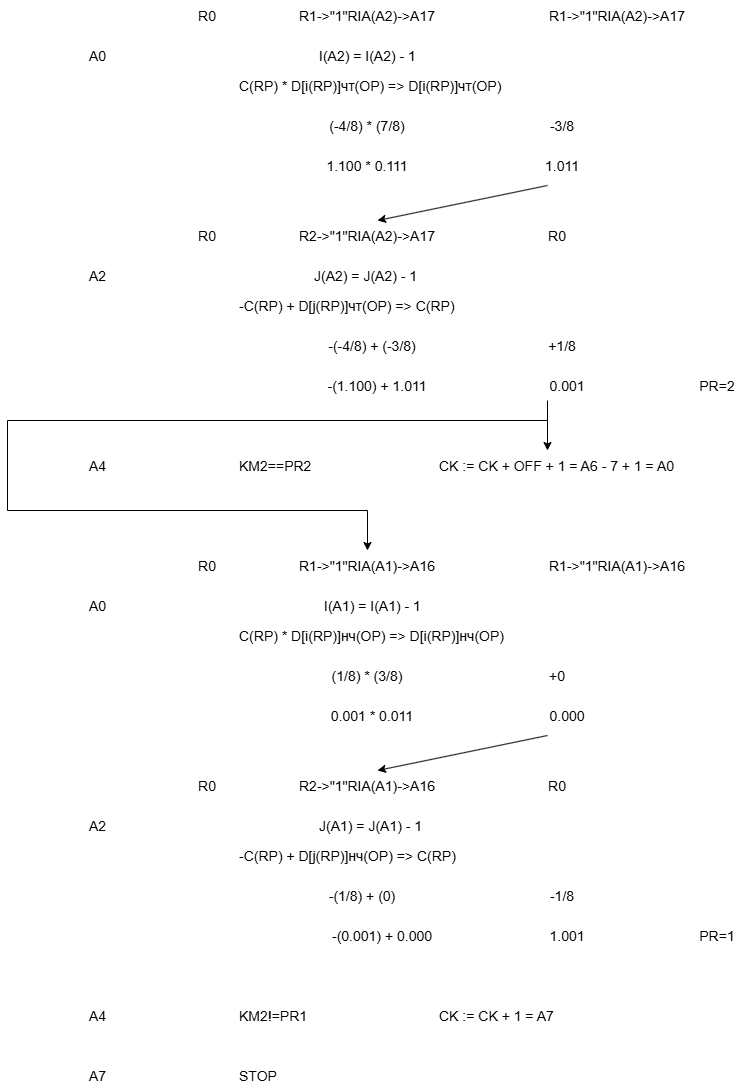
The draw.io diagram kursach/buk/program2.drawio.png in Altzgamer/schemotechnika25-26, before a commit. Source tidied: cells renumbered, new cells last; positions are measured from the earlier drawing's top-left corner, leaving out a move shared by most shapes.
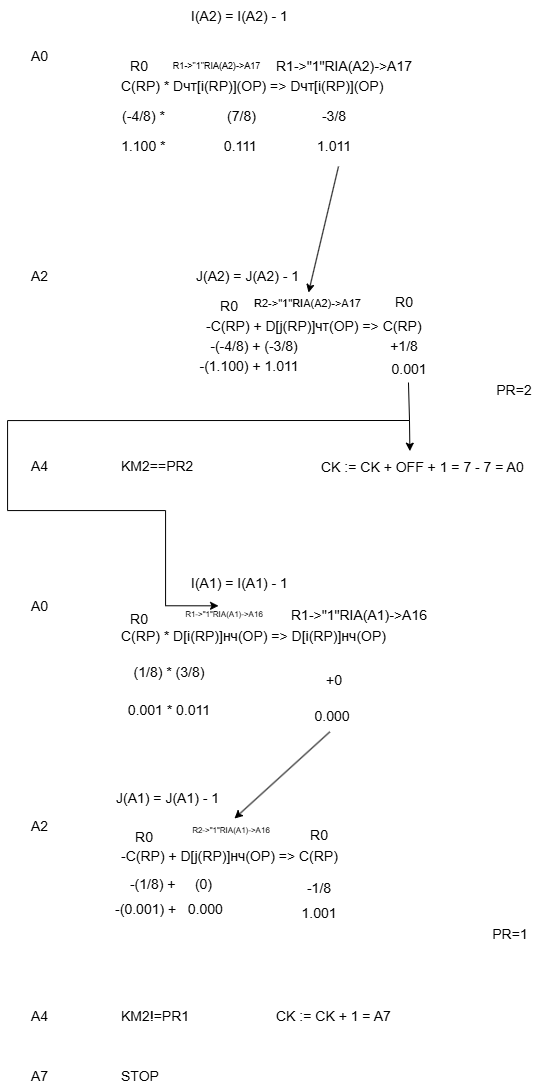
Above is the later version.

The edit, as a diff of the source:
```diff
@@ -3,49 +3,49 @@
     <mxCell id="0" />
     <mxCell id="1" parent="0" />
     <mxCell id="2" value="R0" style="text;html=0;align=center;verticalAlign=middle;strokeColor=none;fillColor=none;fontSize=14;fontFamily=Arial;" parent="1" vertex="1">
-      <mxGeometry x="180" width="40" height="30" as="geometry" />
+      <mxGeometry x="230" y="50" width="40" height="30" as="geometry" />
     </mxCell>
-    <mxCell id="3" value="R1-&gt;&quot;1&quot;RIA(A2)-&gt;A17" style="text;html=0;align=center;verticalAlign=middle;strokeColor=none;fillColor=none;fontSize=14;fontFamily=Arial;" parent="1" vertex="1">
-      <mxGeometry x="280" width="160" height="30" as="geometry" />
+    <mxCell id="3" value="R1-&gt;&quot;1&quot;RIA(A2)-&gt;A17" style="text;html=0;align=center;verticalAlign=middle;strokeColor=none;fillColor=none;fontSize=9;fontFamily=Arial;" parent="1" vertex="1">
+      <mxGeometry x="275" y="54" width="105" height="23" as="geometry" />
     </mxCell>
     <mxCell id="4" value="R1-&gt;&quot;1&quot;RIA(A2)-&gt;A17" style="text;html=0;align=center;verticalAlign=middle;strokeColor=none;fillColor=none;fontSize=14;fontFamily=Arial;" parent="1" vertex="1">
-      <mxGeometry x="530" width="160" height="30" as="geometry" />
+      <mxGeometry x="375" y="50" width="160" height="30" as="geometry" />
     </mxCell>
     <mxCell id="5" value="A0" style="text;html=0;align=left;verticalAlign=middle;strokeColor=none;fillColor=none;fontSize=14;fontFamily=Arial;" parent="1" vertex="1">
-      <mxGeometry x="80" y="40" width="40" height="30" as="geometry" />
+      <mxGeometry x="140" y="40" width="40" height="30" as="geometry" />
     </mxCell>
-    <mxCell id="6" value="C(RP)   *   D[i(RP)]чт(OP) =&gt; D[i(RP)]чт(OP)" style="text;html=0;align=left;verticalAlign=middle;strokeColor=none;fillColor=none;fontSize=14;fontFamily=Arial;" parent="1" vertex="1">
-      <mxGeometry x="230" y="70" width="300" height="30" as="geometry" />
+    <mxCell id="6" value="C(RP)   *   Dчт[i(RP)](OP) =&gt; Dчт[i(RP)](OP)" style="text;html=0;align=left;verticalAlign=middle;strokeColor=none;fillColor=none;fontSize=14;fontFamily=Arial;" parent="1" vertex="1">
+      <mxGeometry x="230" y="70" width="290" height="30" as="geometry" />
     </mxCell>
     <mxCell id="7" value="I(A2) = I(A2) - 1" style="text;html=0;align=left;verticalAlign=middle;strokeColor=none;fillColor=none;fontSize=14;fontFamily=Arial;" parent="1" vertex="1">
-      <mxGeometry x="310" y="40" width="120" height="30" as="geometry" />
+      <mxGeometry x="300" width="120" height="30" as="geometry" />
     </mxCell>
-    <mxCell id="8" value="(-4/8) * (7/8)" style="text;html=0;align=center;verticalAlign=middle;strokeColor=none;fillColor=none;fontSize=14;fontFamily=Arial;" parent="1" vertex="1">
-      <mxGeometry x="310" y="110" width="100" height="30" as="geometry" />
+    <mxCell id="8" value="(-4/8) *                (7/8)" style="text;html=0;align=center;verticalAlign=middle;strokeColor=none;fillColor=none;fontSize=14;fontFamily=Arial;" parent="1" vertex="1">
+      <mxGeometry x="220" y="100" width="160" height="30" as="geometry" />
     </mxCell>
     <mxCell id="9" value="-3/8" style="text;html=0;align=center;verticalAlign=middle;strokeColor=none;fillColor=none;fontSize=14;fontFamily=Arial;" parent="1" vertex="1">
-      <mxGeometry x="530" y="110" width="50" height="30" as="geometry" />
+      <mxGeometry x="420" y="100" width="50" height="30" as="geometry" />
     </mxCell>
-    <mxCell id="10" value="1.100 * 0.111" style="text;html=0;align=center;verticalAlign=middle;strokeColor=none;fillColor=none;fontSize=14;fontFamily=Arial;" parent="1" vertex="1">
-      <mxGeometry x="310" y="150" width="100" height="30" as="geometry" />
+    <mxCell id="10" value="1.100 *               0.111" style="text;html=0;align=center;verticalAlign=middle;strokeColor=none;fillColor=none;fontSize=14;fontFamily=Arial;" parent="1" vertex="1">
+      <mxGeometry x="220" y="130" width="160" height="30" as="geometry" />
     </mxCell>
     <mxCell id="11" value="1.011" style="text;html=0;align=center;verticalAlign=middle;strokeColor=none;fillColor=none;fontSize=14;fontFamily=Arial;" parent="1" vertex="1">
-      <mxGeometry x="530" y="150" width="50" height="30" as="geometry" />
+      <mxGeometry x="420" y="130" width="50" height="30" as="geometry" />
     </mxCell>
     <mxCell id="12" value="R0" style="text;html=0;align=center;verticalAlign=middle;strokeColor=none;fillColor=none;fontSize=14;fontFamily=Arial;" parent="1" vertex="1">
-      <mxGeometry x="180" y="220" width="40" height="30" as="geometry" />
+      <mxGeometry x="320" y="290" width="40" height="30" as="geometry" />
     </mxCell>
-    <mxCell id="13" value="R2-&gt;&quot;1&quot;RIA(A2)-&gt;A17" style="text;html=0;align=center;verticalAlign=middle;points=[];strokeColor=none;fillColor=none;fontSize=14;fontFamily=Arial;" parent="1" vertex="1">
-      <mxGeometry x="280" y="220" width="160" height="30" as="geometry" />
+    <mxCell id="13" value="R2-&gt;&quot;1&quot;RIA(A2)-&gt;A17" style="text;html=0;align=center;verticalAlign=middle;points=[];strokeColor=none;fillColor=none;fontSize=11;fontFamily=Arial;" parent="1" vertex="1">
+      <mxGeometry x="356" y="290" width="125" height="25" as="geometry" />
     </mxCell>
     <mxCell id="14" value="R0" style="text;html=0;align=center;verticalAlign=middle;strokeColor=none;fillColor=none;fontSize=14;fontFamily=Arial;" parent="1" vertex="1">
-      <mxGeometry x="530" y="220" width="40" height="30" as="geometry" />
+      <mxGeometry x="495" y="286" width="40" height="30" as="geometry" />
     </mxCell>
     <mxCell id="15" value="A2" style="text;html=0;align=left;verticalAlign=middle;strokeColor=none;fillColor=none;fontSize=14;fontFamily=Arial;" parent="1" vertex="1">
-      <mxGeometry x="80" y="260" width="40" height="30" as="geometry" />
+      <mxGeometry x="140" y="260" width="40" height="30" as="geometry" />
     </mxCell>
     <mxCell id="16" value="-C(RP)   +   D[j(RP)]чт(OP) =&gt; C(RP)" style="text;html=0;align=left;verticalAlign=middle;strokeColor=none;fillColor=none;fontSize=14;fontFamily=Arial;" parent="1" vertex="1">
-      <mxGeometry x="230" y="290" width="280" height="30" as="geometry" />
+      <mxGeometry x="315" y="310" width="280" height="30" as="geometry" />
     </mxCell>
     <mxCell id="17" value="J(A2) = J(A2) - 1 " style="text;html=0;align=left;verticalAlign=middle;strokeColor=none;fillColor=none;fontSize=14;fontFamily=Arial;" parent="1" vertex="1">
       <mxGeometry x="305" y="260" width="130" height="30" as="geometry" />
@@ -54,131 +54,127 @@
       <mxGeometry x="310" y="330" width="110" height="30" as="geometry" />
     </mxCell>
     <mxCell id="19" value="+1/8" style="text;html=0;align=center;verticalAlign=middle;strokeColor=none;fillColor=none;fontSize=14;fontFamily=Arial;" parent="1" vertex="1">
-      <mxGeometry x="530" y="330" width="50" height="30" as="geometry" />
+      <mxGeometry x="490" y="330" width="50" height="30" as="geometry" />
     </mxCell>
     <mxCell id="20" value="-(1.100) + 1.011" style="text;html=0;align=center;verticalAlign=middle;strokeColor=none;fillColor=none;fontSize=14;fontFamily=Arial;" parent="1" vertex="1">
-      <mxGeometry x="310" y="370" width="120" height="30" as="geometry" />
+      <mxGeometry x="300" y="350" width="120" height="30" as="geometry" />
     </mxCell>
     <mxCell id="21" value="0.001" style="text;html=0;align=center;verticalAlign=middle;points=[];strokeColor=none;fillColor=none;fontSize=14;fontFamily=Arial;" parent="1" vertex="1">
-      <mxGeometry x="530" y="370" width="60" height="30" as="geometry" />
+      <mxGeometry x="490" y="353" width="60" height="30" as="geometry" />
     </mxCell>
     <mxCell id="22" value="PR=2" style="text;html=0;align=center;verticalAlign=middle;strokeColor=none;fillColor=none;fontSize=14;fontFamily=Arial;" parent="1" vertex="1">
-      <mxGeometry x="680" y="370" width="60" height="30" as="geometry" />
+      <mxGeometry x="595" y="374" width="60" height="30" as="geometry" />
     </mxCell>
     <mxCell id="23" value="A4" style="text;html=0;align=left;verticalAlign=middle;strokeColor=none;fillColor=none;fontSize=14;fontFamily=Arial;" parent="1" vertex="1">
-      <mxGeometry x="80" y="450" width="40" height="30" as="geometry" />
+      <mxGeometry x="140" y="450" width="40" height="30" as="geometry" />
     </mxCell>
     <mxCell id="24" value="KM2==PR2" style="text;html=0;align=left;verticalAlign=middle;strokeColor=none;fillColor=none;fontSize=14;fontFamily=Arial;" parent="1" vertex="1">
       <mxGeometry x="230" y="450" width="100" height="30" as="geometry" />
     </mxCell>
-    <mxCell id="25" value="CK := CK + OFF + 1 = A6 - 7 + 1 = A0" style="text;html=0;align=left;verticalAlign=middle;points=[];strokeColor=none;fillColor=none;fontSize=14;fontFamily=Arial;" parent="1" vertex="1">
-      <mxGeometry x="430" y="450" width="280" height="30" as="geometry" />
+    <mxCell id="25" value="CK := CK + OFF + 1 = 7 - 7 = A0" style="text;html=0;align=left;verticalAlign=middle;points=[];strokeColor=none;fillColor=none;fontSize=14;fontFamily=Arial;" parent="1" vertex="1">
+      <mxGeometry x="430" y="451" width="221" height="29" as="geometry" />
     </mxCell>
     <mxCell id="26" value="R0" style="text;html=0;align=center;verticalAlign=middle;strokeColor=none;fillColor=none;fontSize=14;fontFamily=Arial;" parent="1" vertex="1">
-      <mxGeometry x="180" y="550" width="40" height="30" as="geometry" />
+      <mxGeometry x="230" y="603" width="40" height="30" as="geometry" />
     </mxCell>
-    <mxCell id="27" value="R1-&gt;&quot;1&quot;RIA(A1)-&gt;A16" style="text;html=0;align=center;verticalAlign=middle;points=[];strokeColor=none;fillColor=none;fontSize=14;fontFamily=Arial;" parent="1" vertex="1">
-      <mxGeometry x="280" y="550" width="160" height="30" as="geometry" />
+    <mxCell id="27" value="R1-&gt;&quot;1&quot;RIA(A1)-&gt;A16" style="text;html=0;align=center;verticalAlign=middle;points=[];strokeColor=none;fillColor=none;fontSize=8;fontFamily=Arial;" parent="1" vertex="1">
+      <mxGeometry x="287" y="603" width="96" height="22" as="geometry" />
     </mxCell>
     <mxCell id="28" value="R1-&gt;&quot;1&quot;RIA(A1)-&gt;A16" style="text;html=0;align=center;verticalAlign=middle;strokeColor=none;fillColor=none;fontSize=14;fontFamily=Arial;" parent="1" vertex="1">
-      <mxGeometry x="530" y="550" width="160" height="30" as="geometry" />
+      <mxGeometry x="390" y="599" width="160" height="30" as="geometry" />
     </mxCell>
     <mxCell id="29" value="A0" style="text;html=0;align=left;verticalAlign=middle;strokeColor=none;fillColor=none;fontSize=14;fontFamily=Arial;" parent="1" vertex="1">
-      <mxGeometry x="80" y="590" width="40" height="30" as="geometry" />
+      <mxGeometry x="140" y="590" width="40" height="30" as="geometry" />
     </mxCell>
     <mxCell id="30" value="C(RP)   *   D[i(RP)]нч(OP) =&gt; D[i(RP)]нч(OP)" style="text;html=0;align=left;verticalAlign=middle;strokeColor=none;fillColor=none;fontSize=14;fontFamily=Arial;" parent="1" vertex="1">
       <mxGeometry x="230" y="620" width="300" height="30" as="geometry" />
     </mxCell>
     <mxCell id="31" value="I(A1) = I(A1) - 1" style="text;html=0;align=left;verticalAlign=middle;strokeColor=none;fillColor=none;fontSize=14;fontFamily=Arial;" parent="1" vertex="1">
-      <mxGeometry x="315" y="590" width="120" height="30" as="geometry" />
+      <mxGeometry x="300" y="567" width="120" height="30" as="geometry" />
     </mxCell>
     <mxCell id="32" value="(1/8) * (3/8)" style="text;html=0;align=center;verticalAlign=middle;strokeColor=none;fillColor=none;fontSize=14;fontFamily=Arial;" parent="1" vertex="1">
-      <mxGeometry x="310" y="660" width="100" height="30" as="geometry" />
+      <mxGeometry x="230" y="656" width="100" height="30" as="geometry" />
     </mxCell>
     <mxCell id="33" value="+0" style="text;html=0;align=center;verticalAlign=middle;strokeColor=none;fillColor=none;fontSize=14;fontFamily=Arial;" parent="1" vertex="1">
-      <mxGeometry x="530" y="660" width="40" height="30" as="geometry" />
+      <mxGeometry x="425" y="664" width="40" height="30" as="geometry" />
     </mxCell>
     <mxCell id="34" value="0.001 * 0.011" style="text;html=0;align=center;verticalAlign=middle;strokeColor=none;fillColor=none;fontSize=14;fontFamily=Arial;" parent="1" vertex="1">
-      <mxGeometry x="310" y="700" width="110" height="30" as="geometry" />
+      <mxGeometry x="225" y="694" width="110" height="30" as="geometry" />
     </mxCell>
     <mxCell id="35" value="0.000" style="text;html=0;align=center;verticalAlign=middle;points=[];strokeColor=none;fillColor=none;fontSize=14;fontFamily=Arial;" parent="1" vertex="1">
-      <mxGeometry x="530" y="700" width="60" height="30" as="geometry" />
+      <mxGeometry x="413" y="700" width="60" height="30" as="geometry" />
     </mxCell>
     <mxCell id="36" value="R0" style="text;html=0;align=center;verticalAlign=middle;strokeColor=none;fillColor=none;fontSize=14;fontFamily=Arial;" parent="1" vertex="1">
-      <mxGeometry x="180" y="770" width="40" height="30" as="geometry" />
+      <mxGeometry x="235" y="821" width="40" height="30" as="geometry" />
     </mxCell>
-    <mxCell id="37" value="R2-&gt;&quot;1&quot;RIA(A1)-&gt;A16" style="text;html=0;align=center;verticalAlign=middle;points=[];strokeColor=none;fillColor=none;fontSize=14;fontFamily=Arial;" parent="1" vertex="1">
-      <mxGeometry x="280" y="770" width="160" height="30" as="geometry" />
+    <mxCell id="37" value="R2-&gt;&quot;1&quot;RIA(A1)-&gt;A16" style="text;html=0;align=center;verticalAlign=middle;points=[];strokeColor=none;fillColor=none;fontSize=8;fontFamily=Arial;" parent="1" vertex="1">
+      <mxGeometry x="294" y="819" width="96" height="22" as="geometry" />
     </mxCell>
     <mxCell id="38" value="R0" style="text;html=0;align=center;verticalAlign=middle;strokeColor=none;fillColor=none;fontSize=14;fontFamily=Arial;" parent="1" vertex="1">
-      <mxGeometry x="530" y="770" width="40" height="30" as="geometry" />
+      <mxGeometry x="410" y="819" width="40" height="30" as="geometry" />
     </mxCell>
     <mxCell id="39" value="A2" style="text;html=0;align=left;verticalAlign=middle;strokeColor=none;fillColor=none;fontSize=14;fontFamily=Arial;" parent="1" vertex="1">
-      <mxGeometry x="80" y="810" width="40" height="30" as="geometry" />
+      <mxGeometry x="140" y="810" width="40" height="30" as="geometry" />
     </mxCell>
     <mxCell id="40" value="-C(RP)   +   D[j(RP)]нч(OP) =&gt; C(RP)" style="text;html=0;align=left;verticalAlign=middle;strokeColor=none;fillColor=none;fontSize=14;fontFamily=Arial;" parent="1" vertex="1">
       <mxGeometry x="230" y="840" width="280" height="30" as="geometry" />
     </mxCell>
     <mxCell id="41" value="J(A1) = J(A1) - 1" style="text;html=0;align=left;verticalAlign=middle;strokeColor=none;fillColor=none;fontSize=14;fontFamily=Arial;" parent="1" vertex="1">
-      <mxGeometry x="310" y="810" width="130" height="30" as="geometry" />
+      <mxGeometry x="225" y="782" width="130" height="30" as="geometry" />
     </mxCell>
-    <mxCell id="42" value="-(1/8) + (0)" style="text;html=0;align=center;verticalAlign=middle;strokeColor=none;fillColor=none;fontSize=14;fontFamily=Arial;" parent="1" vertex="1">
-      <mxGeometry x="310" y="880" width="90" height="30" as="geometry" />
+    <mxCell id="42" value="-(1/8) +     (0)" style="text;html=0;align=center;verticalAlign=middle;strokeColor=none;fillColor=none;fontSize=14;fontFamily=Arial;" parent="1" vertex="1">
+      <mxGeometry x="232" y="868" width="100" height="29" as="geometry" />
     </mxCell>
     <mxCell id="43" value="-1/8" style="text;html=0;align=center;verticalAlign=middle;strokeColor=none;fillColor=none;fontSize=14;fontFamily=Arial;" parent="1" vertex="1">
-      <mxGeometry x="530" y="880" width="50" height="30" as="geometry" />
+      <mxGeometry x="405" y="872" width="50" height="30" as="geometry" />
     </mxCell>
-    <mxCell id="44" value="-(0.001) + 0.000" style="text;html=0;align=center;verticalAlign=middle;strokeColor=none;fillColor=none;fontSize=14;fontFamily=Arial;" parent="1" vertex="1">
-      <mxGeometry x="310" y="920" width="130" height="30" as="geometry" />
+    <mxCell id="44" value="-(0.001) +   0.000" style="text;html=0;align=center;verticalAlign=middle;strokeColor=none;fillColor=none;fontSize=14;fontFamily=Arial;" parent="1" vertex="1">
+      <mxGeometry x="217" y="893" width="126" height="29" as="geometry" />
     </mxCell>
     <mxCell id="45" value="1.001" style="text;html=0;align=center;verticalAlign=middle;strokeColor=none;fillColor=none;fontSize=14;fontFamily=Arial;" parent="1" vertex="1">
-      <mxGeometry x="530" y="920" width="60" height="30" as="geometry" />
+      <mxGeometry x="400" y="897" width="60" height="30" as="geometry" />
     </mxCell>
     <mxCell id="46" value="PR=1" style="text;html=0;align=center;verticalAlign=middle;strokeColor=none;fillColor=none;fontSize=14;fontFamily=Arial;" parent="1" vertex="1">
-      <mxGeometry x="680" y="920" width="60" height="30" as="geometry" />
+      <mxGeometry x="591" y="918" width="60" height="30" as="geometry" />
     </mxCell>
     <mxCell id="47" value="A4" style="text;html=0;align=left;verticalAlign=middle;strokeColor=none;fillColor=none;fontSize=14;fontFamily=Arial;" parent="1" vertex="1">
-      <mxGeometry x="80" y="1000" width="40" height="30" as="geometry" />
+      <mxGeometry x="140" y="1000" width="40" height="30" as="geometry" />
     </mxCell>
     <mxCell id="48" value="KM2!=PR1" style="text;html=0;align=left;verticalAlign=middle;strokeColor=none;fillColor=none;fontSize=14;fontFamily=Arial;" parent="1" vertex="1">
       <mxGeometry x="230" y="1000" width="90" height="30" as="geometry" />
     </mxCell>
     <mxCell id="49" value="CK := CK + 1 = A7" style="text;html=0;align=left;verticalAlign=middle;strokeColor=none;fillColor=none;fontSize=14;fontFamily=Arial;" parent="1" vertex="1">
-      <mxGeometry x="430" y="1000" width="150" height="30" as="geometry" />
+      <mxGeometry x="385" y="1000" width="150" height="30" as="geometry" />
     </mxCell>
     <mxCell id="50" value="A7" style="text;html=0;align=left;verticalAlign=middle;strokeColor=none;fillColor=none;fontSize=14;fontFamily=Arial;" parent="1" vertex="1">
-      <mxGeometry x="80" y="1060" width="30" height="30" as="geometry" />
+      <mxGeometry x="140" y="1060" width="30" height="30" as="geometry" />
     </mxCell>
     <mxCell id="51" value="STOP" style="text;html=0;align=left;verticalAlign=middle;strokeColor=none;fillColor=none;fontSize=14;fontFamily=Arial;" parent="1" vertex="1">
       <mxGeometry x="230" y="1060" width="60" height="30" as="geometry" />
     </mxCell>
-    <mxCell id="52" style="edgeStyle=none;rounded=0;orthogonalLoop=1;jettySize=auto;html=1;endArrow=classic;endFill=1;strokeWidth=1;strokeColor=#000000;" parent="1" edge="1">
+    <mxCell id="52" style="edgeStyle=none;rounded=0;jettySize=auto;html=1;endArrow=classic;endFill=1;strokeWidth=1;strokeColor=#000000;entryX=0.504;entryY=0.083;entryDx=0;entryDy=0;entryPerimeter=0;" parent="1" edge="1" target="13">
       <mxGeometry relative="1" as="geometry">
-        <mxPoint x="540" y="185" as="sourcePoint" />
-        <mxPoint x="370" y="220" as="targetPoint" />
+        <mxPoint x="449" y="166" as="sourcePoint" />
       </mxGeometry>
     </mxCell>
-    <mxCell id="53" style="edgeStyle=none;rounded=0;orthogonalLoop=1;jettySize=auto;html=1;endArrow=classic;endFill=1;strokeWidth=1;strokeColor=#000000;" parent="1" edge="1">
-      <mxGeometry relative="1" as="geometry">
-        <mxPoint x="540" y="735" as="sourcePoint" />
-        <mxPoint x="370" y="770" as="targetPoint" />
-      </mxGeometry>
+    <mxCell id="53" style="edgeStyle=none;rounded=0;jettySize=auto;html=1;endArrow=classic;endFill=1;strokeWidth=1;strokeColor=#000000;exitX=0.456;exitY=1.044;exitDx=0;exitDy=0;exitPerimeter=0;entryX=0.531;entryY=-0.045;entryDx=0;entryDy=0;entryPerimeter=0;" parent="1" edge="1" source="35" target="37">
+      <mxGeometry relative="1" as="geometry" />
     </mxCell>
-    <mxCell id="54" style="edgeStyle=none;rounded=0;orthogonalLoop=1;jettySize=auto;html=1;endArrow=classic;endFill=1;strokeWidth=1;strokeColor=#000000;" parent="1" edge="1">
+    <mxCell id="54" style="edgeStyle=none;rounded=0;jettySize=auto;html=1;endArrow=classic;endFill=1;strokeWidth=1;strokeColor=#000000;exitX=0.483;exitY=0.967;exitDx=0;exitDy=0;exitPerimeter=0;entryX=0.409;entryY=-0.011;entryDx=0;entryDy=0;entryPerimeter=0;" parent="1" edge="1" source="21" target="25">
       <mxGeometry relative="1" as="geometry">
-        <mxPoint x="540" y="400" as="sourcePoint" />
-        <mxPoint x="540" y="450" as="targetPoint" />
+        <Array as="points">
+          <mxPoint x="520" y="420" />
+        </Array>
       </mxGeometry>
     </mxCell>
-    <mxCell id="55" style="edgeStyle=orthogonalEdgeStyle;rounded=0;orthogonalLoop=1;jettySize=auto;html=1;endArrow=classic;endFill=1;strokeWidth=1;strokeColor=#000000;" parent="1" edge="1">
+    <mxCell id="55" style="edgeStyle=orthogonalEdgeStyle;rounded=0;jettySize=auto;html=1;endArrow=classic;endFill=1;strokeWidth=1;strokeColor=#000000;entryX=0.438;entryY=0.106;entryDx=0;entryDy=0;entryPerimeter=0;" parent="1" edge="1" target="27">
       <mxGeometry relative="1" as="geometry">
-        <mxPoint x="540" y="420" as="sourcePoint" />
-        <mxPoint x="360" y="550" as="targetPoint" />
+        <mxPoint x="520" y="420" as="sourcePoint" />
         <Array as="points">
-          <mxPoint y="420" />
-          <mxPoint y="510" />
-          <mxPoint x="360" y="510" />
-          <mxPoint x="360" y="550" />
+          <mxPoint x="118" y="420" />
+          <mxPoint x="118" y="510" />
+          <mxPoint x="276" y="510" />
+          <mxPoint x="276" y="605" />
         </Array>
       </mxGeometry>
     </mxCell>
```
